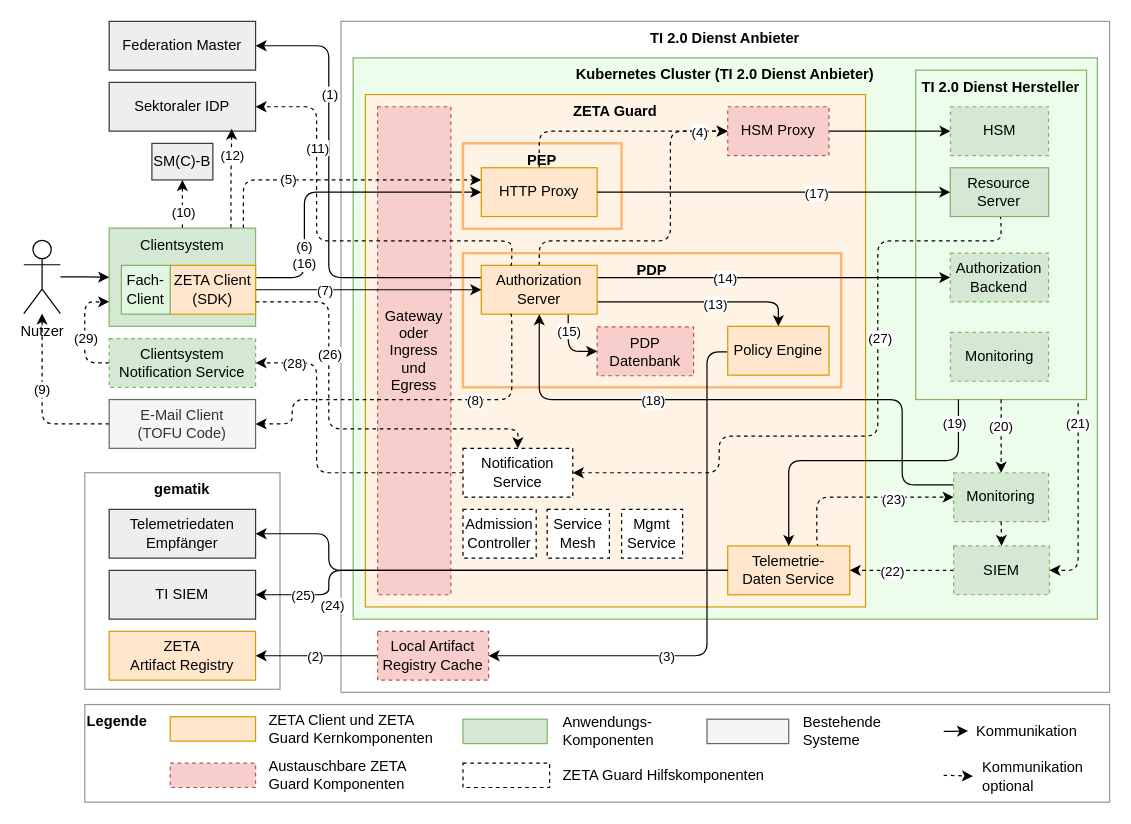
Earlier version of the draw.io diagram src/drawio/Zero-Trust-Architektur.drawio (gematik/zeta). Source tidied: cells renumbered, new cells numbered last; positions are measured from the earlier drawing's top-left corner, leaving out a move shared by most shapes. Both pictures are drawn from the tidied source at 122%, with x=0, y=0 at pixel (23, 21).
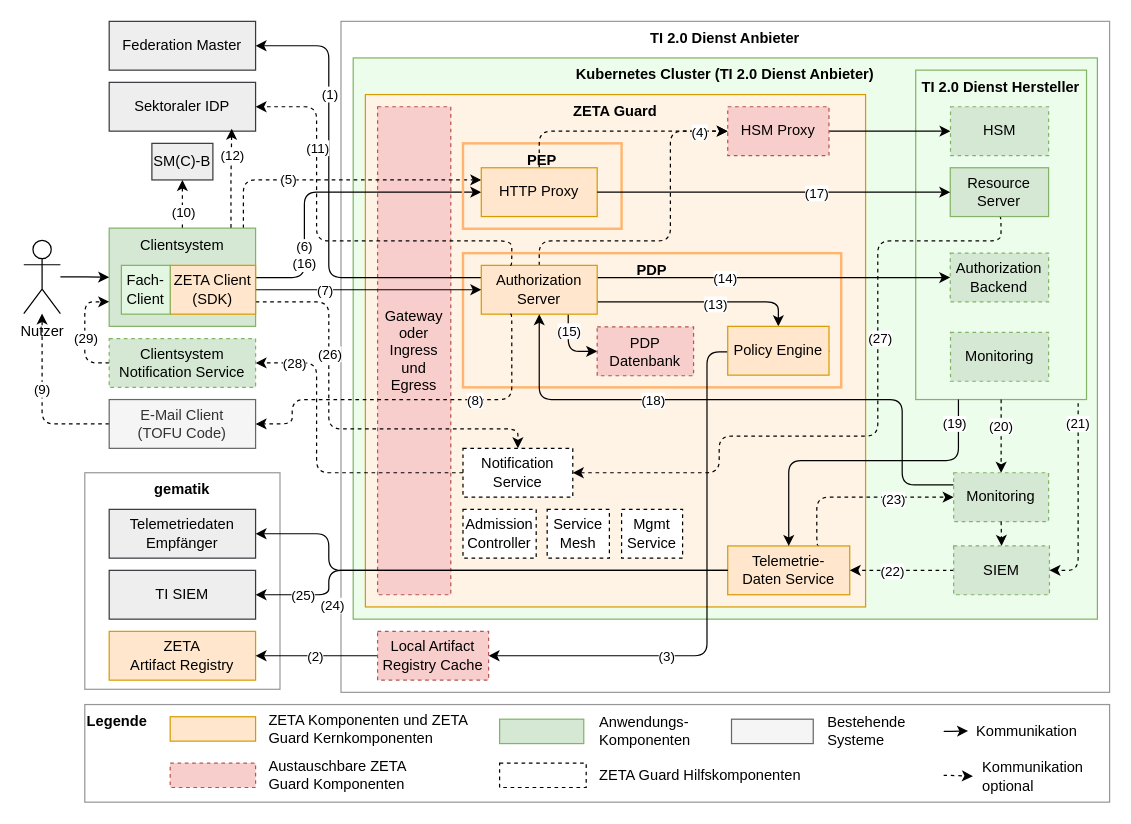
Above is the later version.

Commit message:
docs: Update diagram text labels and adjust element positions in the Zero-Trust-Architektur diagram.

Diff of the diagram source:
```diff
@@
-    <mxCell id="66" value="ZETA Client und ZETA Guard Kernkomponenten" style="text;html=1;align=left;verticalAlign=middle;whiteSpace=wrap;rounded=0;" parent="1" vertex="1">
-      <mxGeometry x="199" y="570" width="141" height="20" as="geometry" />
+    <mxCell id="66" value="ZETA Komponenten und ZETA Guard Kernkomponenten" style="text;html=1;align=left;verticalAlign=middle;whiteSpace=wrap;rounded=0;" parent="1" vertex="1">
+      <mxGeometry x="199" y="570" width="171" height="20" as="geometry" />
     </mxCell>
     <mxCell id="67" style="rounded=0;whiteSpace=wrap;html=1;fillColor=#d5e8d4;strokeColor=#82b366;" parent="1" vertex="1">
-      <mxGeometry x="360" y="572" width="69" height="20" as="geometry" />
+      <mxGeometry x="390" y="572" width="69" height="20" as="geometry" />
     </mxCell>
     <mxCell id="68" value="Anwendungs-&lt;div&gt;Komponenten&lt;/div&gt;" style="text;html=1;align=left;verticalAlign=middle;whiteSpace=wrap;rounded=0;" parent="1" vertex="1">
-      <mxGeometry x="440" y="572" width="70" height="20" as="geometry" />
+      <mxGeometry x="470" y="572" width="70" height="20" as="geometry" />
     </mxCell>
     <mxCell id="69" style="rounded=0;whiteSpace=wrap;html=1;fillColor=#f5f5f5;strokeColor=#666666;fontColor=#333333;" parent="1" vertex="1">
-      <mxGeometry x="560" y="572" width="67" height="20" as="geometry" />
+      <mxGeometry x="580.1" y="572" width="67" height="20" as="geometry" />
     </mxCell>
     <mxCell id="70" value="Bestehende&lt;div&gt;Systeme&lt;/div&gt;" style="text;html=1;align=left;verticalAlign=middle;whiteSpace=wrap;rounded=0;" parent="1" vertex="1">
-      <mxGeometry x="637" y="572" width="74" height="20" as="geometry" />
+      <mxGeometry x="657.1" y="572" width="74" height="20" as="geometry" />
     </mxCell>
@@
     <mxCell id="101" value="&lt;div&gt;ZETA Guard Hilfskomponenten&lt;/div&gt;" style="text;html=1;align=left;verticalAlign=middle;whiteSpace=wrap;rounded=0;" parent="1" vertex="1">
-      <mxGeometry x="440" y="608" width="180" height="20" as="geometry" />
+      <mxGeometry x="470" y="608" width="180" height="20" as="geometry" />
     </mxCell>
@@
     <mxCell id="104" style="rounded=0;whiteSpace=wrap;html=1;dashed=1;" parent="1" vertex="1">
-      <mxGeometry x="360" y="608" width="71" height="20" as="geometry" />
+      <mxGeometry x="390" y="608" width="71" height="20" as="geometry" />
     </mxCell>
```
